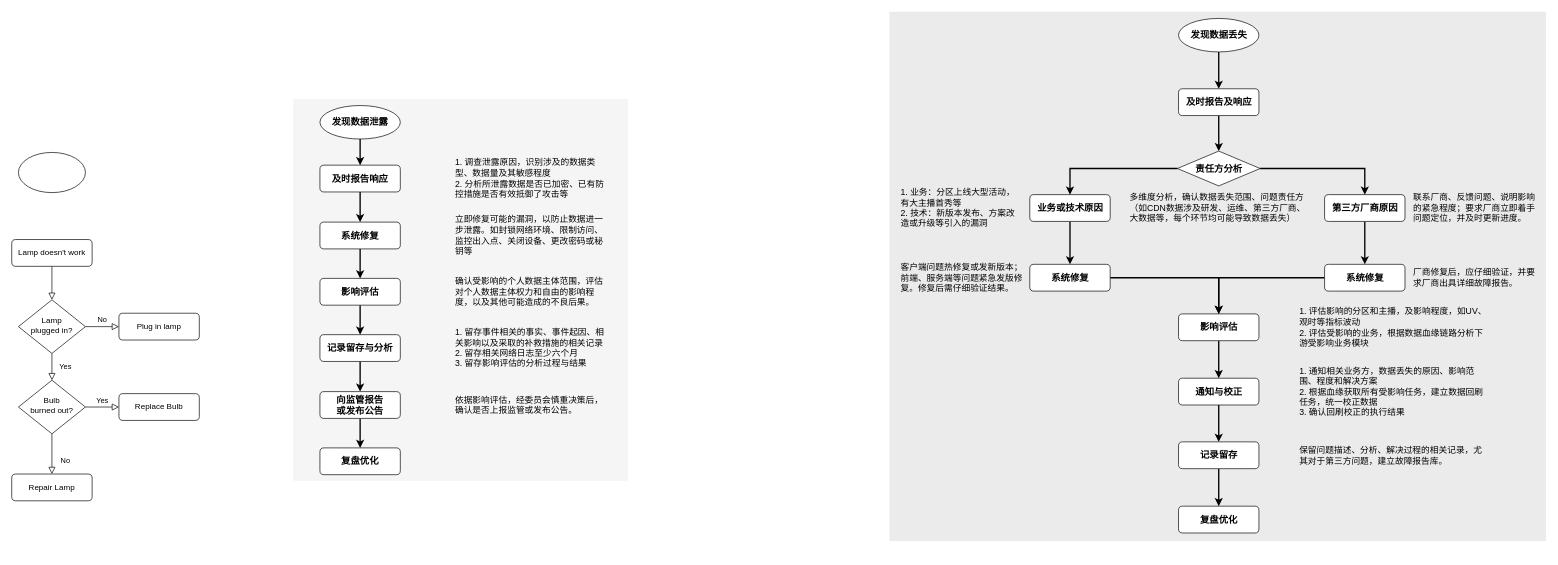
The draw.io diagram 数据泄露&丢失应急方案.drawio in hongweilv-whu/flowCharts, before the edit. Source tidied: cells renumbered, new cells numbered last; positions are measured from the earlier drawing's top-left corner, leaving out a move shared by most shapes. Both pictures are drawn from the tidied source at 67%, with x=0, y=0 at pixel (11, 11).
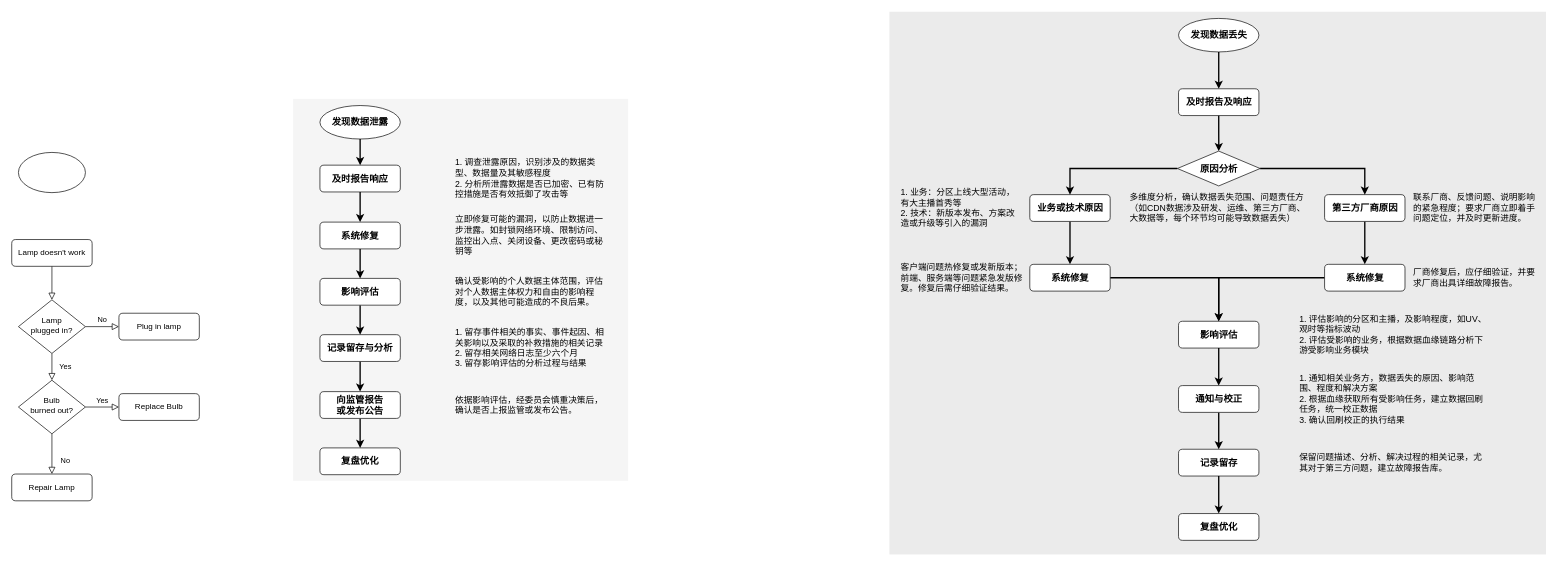
The same diagram, later.

Commit message:
更新数据泄露&丢失应急方案.drawio

What changed in the source:
```diff
@@
     <mxCell id="33" style="rounded=0;whiteSpace=wrap;html=1;fontSize=12;glass=0;strokeWidth=0;shadow=0;fillColor=#EBEBEB;fontColor=#333333;strokeColor=none;" parent="1" vertex="1">
-      <mxGeometry x="1310" width="980" height="790" as="geometry" />
+      <mxGeometry x="1310" width="980" height="810" as="geometry" />
     </mxCell>
@@
     <mxCell id="39" value="&lt;font style=&quot;font-size: 14px;&quot;&gt;&lt;b&gt;影响评估&lt;/b&gt;&lt;/font&gt;" style="rounded=1;whiteSpace=wrap;html=1;fontSize=12;glass=0;strokeWidth=1;shadow=0;" parent="1" vertex="1">
-      <mxGeometry x="1741.5" y="451" width="120" height="40" as="geometry" />
+      <mxGeometry x="1741.5" y="462" width="120" height="40" as="geometry" />
     </mxCell>
@@
     <mxCell id="41" value="&lt;font style=&quot;font-size: 14px;&quot;&gt;&lt;b&gt;通知与校正&lt;/b&gt;&lt;/font&gt;" style="rounded=1;whiteSpace=wrap;html=1;fontSize=12;glass=0;strokeWidth=1;shadow=0;" parent="1" vertex="1">
-      <mxGeometry x="1741.5" y="547" width="120" height="40" as="geometry" />
+      <mxGeometry x="1741.5" y="558" width="120" height="40" as="geometry" />
     </mxCell>
@@
     <mxCell id="43" value="&lt;span style=&quot;font-size: 14px;&quot;&gt;&lt;b&gt;记录留存&lt;/b&gt;&lt;/span&gt;" style="rounded=1;whiteSpace=wrap;html=1;fontSize=12;glass=0;strokeWidth=1;shadow=0;" parent="1" vertex="1">
-      <mxGeometry x="1741.5" y="642" width="120" height="40" as="geometry" />
+      <mxGeometry x="1741.5" y="653" width="120" height="40" as="geometry" />
     </mxCell>
     <mxCell id="44" value="&lt;span style=&quot;font-size: 14px;&quot;&gt;&lt;b&gt;复盘优化&lt;/b&gt;&lt;/span&gt;" style="rounded=1;whiteSpace=wrap;html=1;fontSize=12;glass=0;strokeWidth=1;shadow=0;" parent="1" vertex="1">
-      <mxGeometry x="1741.5" y="738" width="120" height="40" as="geometry" />
+      <mxGeometry x="1741.5" y="749" width="120" height="40" as="geometry" />
     </mxCell>
@@
     <mxCell id="53" value="&lt;div&gt;1. 评估影响的分区和主播，及影响程度，如UV、观时等指标波动&lt;/div&gt;&lt;div&gt;2. 评估受影响的业务，根据数据血缘链路分析下游受影响业务模块&lt;/div&gt;" style="rounded=1;whiteSpace=wrap;html=1;fontSize=13;glass=0;strokeWidth=1;shadow=0;align=left;strokeColor=none;fillColor=none;" parent="1" vertex="1">
-      <mxGeometry x="1920" y="441" width="282" height="60" as="geometry" />
+      <mxGeometry x="1920" y="452" width="282" height="60" as="geometry" />
     </mxCell>
     <mxCell id="54" value="&lt;div&gt;1. 通知相关业务方，数据丢失的原因、影响范围、程度和解决方案&lt;/div&gt;&lt;div&gt;2. 根据血缘获取所有受影响任务，建立数据回刷任务，统一校正数据&lt;/div&gt;&lt;div&gt;3. 确认回刷校正的执行结果&lt;/div&gt;" style="rounded=1;whiteSpace=wrap;html=1;fontSize=13;glass=0;strokeWidth=1;shadow=0;align=left;strokeColor=none;fillColor=none;" parent="1" vertex="1">
-      <mxGeometry x="1920" y="537" width="280" height="60" as="geometry" />
+      <mxGeometry x="1920" y="548" width="280" height="60" as="geometry" />
     </mxCell>
     <mxCell id="55" value="保留问题描述、分析、解决过程的相关记录，尤其对于第三方问题，建立故障报告库。" style="rounded=1;whiteSpace=wrap;html=1;fontSize=13;glass=0;strokeWidth=1;shadow=0;align=left;strokeColor=none;fillColor=none;" parent="1" vertex="1">
-      <mxGeometry x="1920" y="632" width="280" height="60" as="geometry" />
+      <mxGeometry x="1920" y="643" width="280" height="60" as="geometry" />
     </mxCell>
@@
-    <mxCell id="61" value="&lt;b style=&quot;font-size: 14px;&quot;&gt;责任方分析&lt;/b&gt;" style="strokeWidth=1;html=1;shape=mxgraph.flowchart.decision;whiteSpace=wrap;rounded=0;fontFamily=Helvetica;fontSize=13;" parent="1" vertex="1">
+    <mxCell id="61" value="&lt;b style=&quot;font-size: 14px;&quot;&gt;原因分析&lt;/b&gt;" style="strokeWidth=1;html=1;shape=mxgraph.flowchart.decision;whiteSpace=wrap;rounded=0;fontFamily=Helvetica;fontSize=13;" parent="1" vertex="1">
       <mxGeometry x="1739.8" y="208" width="123.5" height="52" as="geometry" />
     </mxCell>
```
